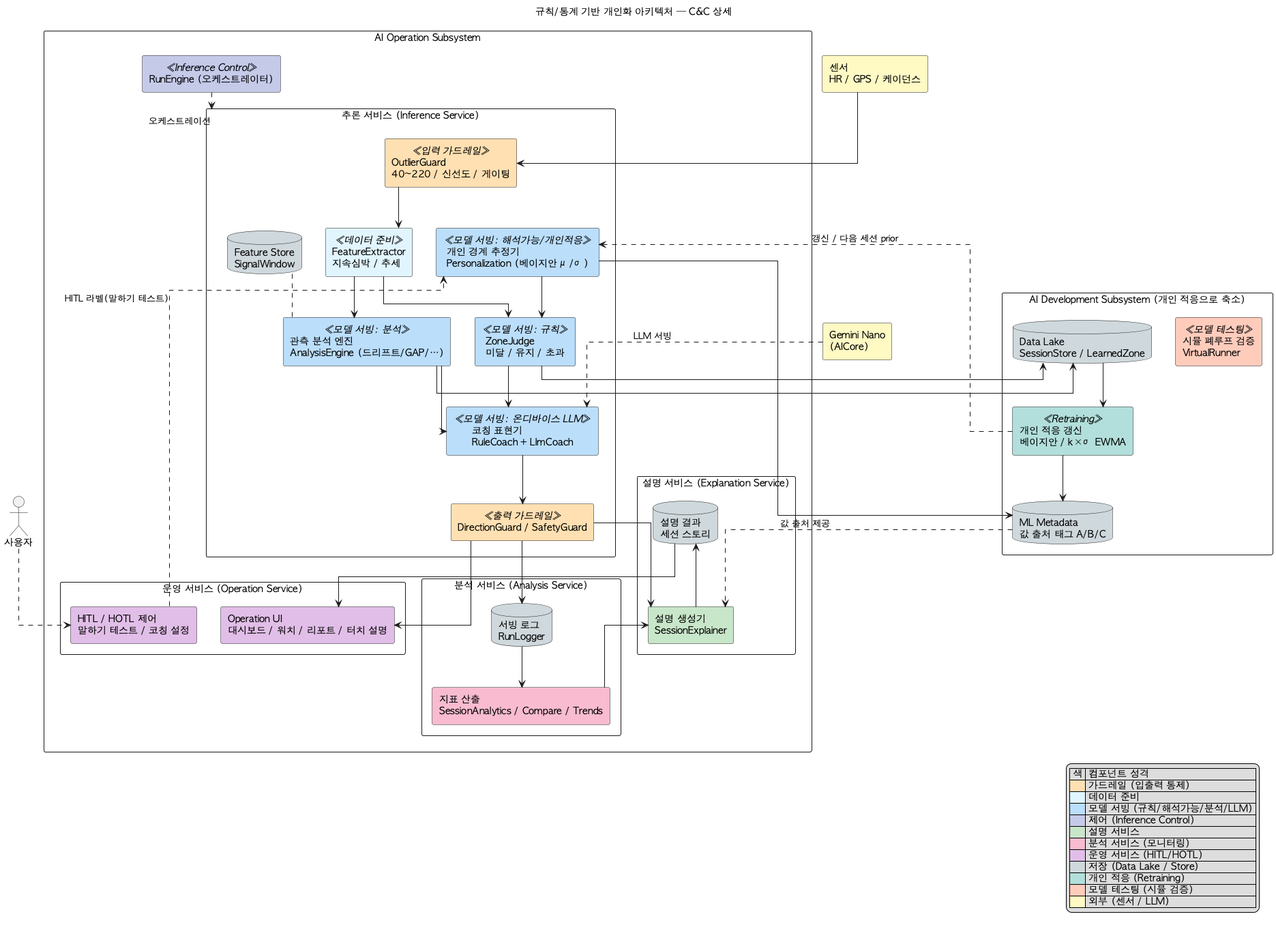
tenyearslove/zone2runner keeps this PlantUML diagram as arch/diagrams/02-component-cnc.png. Above is the earlier version.
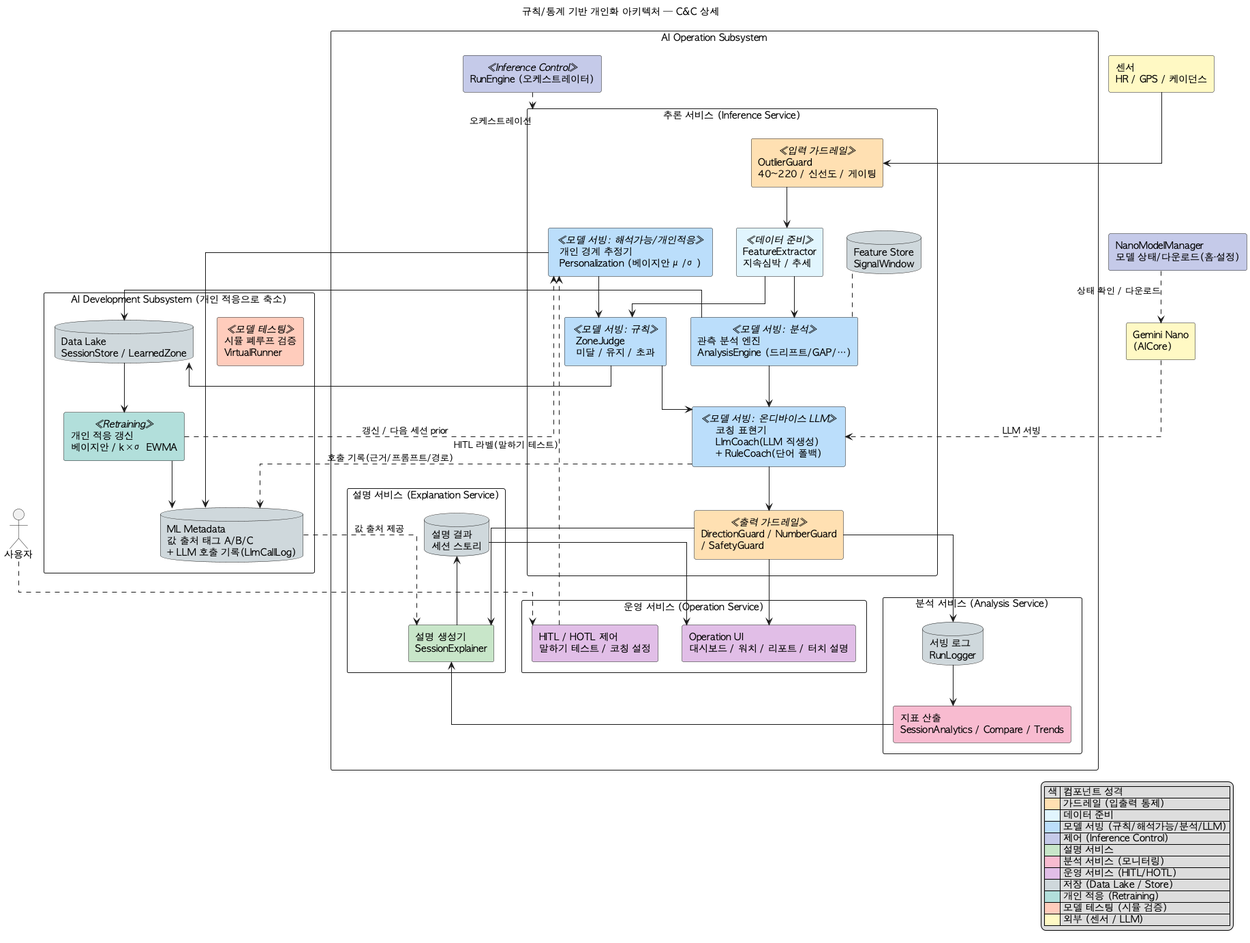
Later version of the same file.

Change to the diagram source:
```diff
@@ -18,8 +18,8 @@
     component "ZoneJudge\n미달 / 유지 / 초과" <<모델 서빙: 규칙>> as JUDGE #BBDEFB
     component "개인 경계 추정기\nPersonalization (베이지안 μ/σ)" <<모델 서빙: 해석가능/개인적응>> as BND #BBDEFB
     component "관측 분석 엔진\nAnalysisEngine (드리프트/GAP/…)" <<모델 서빙: 분석>> as ANA #BBDEFB
-    component "코칭 표현기\nRuleCoach + LlmCoach" <<모델 서빙: 온디바이스 LLM>> as COACH #BBDEFB
-    component "DirectionGuard / SafetyGuard" <<출력 가드레일>> as OG #FFE0B2
+    component "코칭 표현기\nLlmCoach(LLM 직생성)\n+ RuleCoach(단어 폴백)" <<모델 서빙: 온디바이스 LLM>> as COACH #BBDEFB
+    component "DirectionGuard / NumberGuard\n/ SafetyGuard" <<출력 가드레일>> as OG #FFE0B2
     database "Feature Store\nSignalWindow" as FS #CFD8DC
   }
 
@@ -44,7 +44,7 @@
 package "AI Development Subsystem (개인 적응으로 축소)" as DEV {
   component "개인 적응 갱신\n베이지안 / k×σ EWMA" <<Retraining>> as ADAPT #B2DFDB
   database "Data Lake\nSessionStore / LearnedZone" as DLAKE #CFD8DC
-  database "ML Metadata\n값 출처 태그 A/B/C" as META #CFD8DC
+  database "ML Metadata\n값 출처 태그 A/B/C\n+ LLM 호출 기록(LlmCallLog)" as META #CFD8DC
   component "시뮬 폐루프 검증\nVirtualRunner" <<모델 테스팅>> as SIM #FFCCBC
 }
 
@@ -69,6 +69,9 @@
 CTRL ..> BND : HITL 라벨(말하기 테스트)
 ENG ..> INF : 오케스트레이션
 Nano ..> COACH : LLM 서빙
+component "NanoModelManager\n모델 상태/다운로드(홈·설정)" as NMM #C5CAE9
+NMM ..> Nano : 상태 확인 / 다운로드
+COACH ..> META : 호출 기록(근거/프롬프트/경로)
 META ..> EGEN : 값 출처 제공
 
 JUDGE --> DLAKE
```
